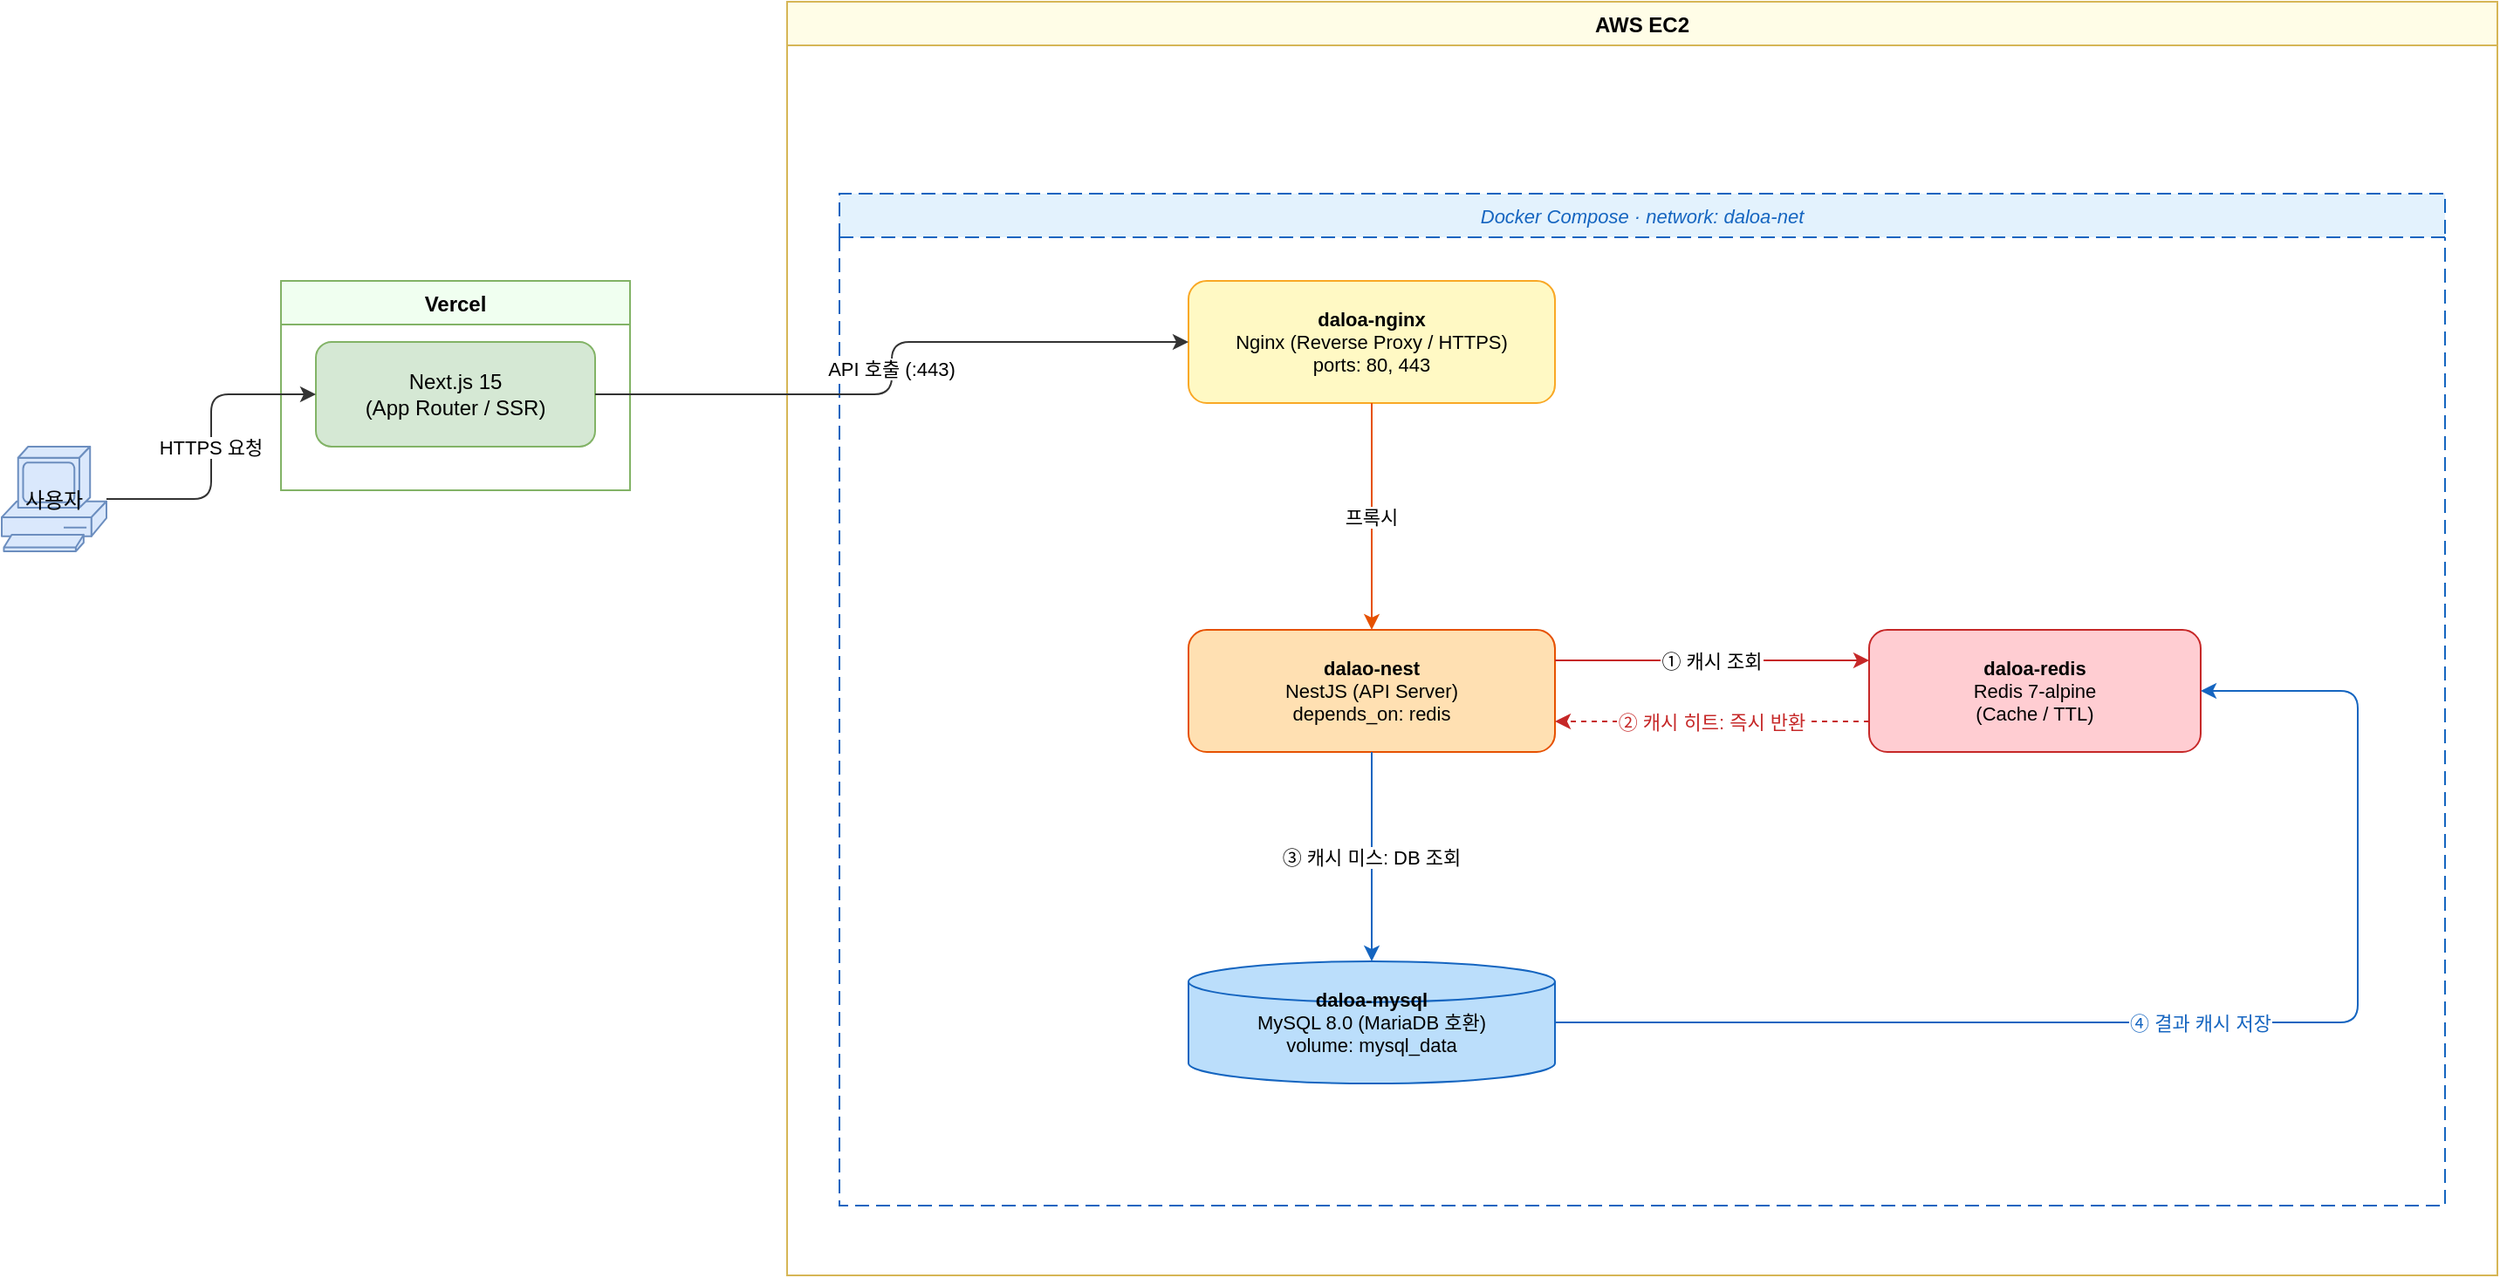
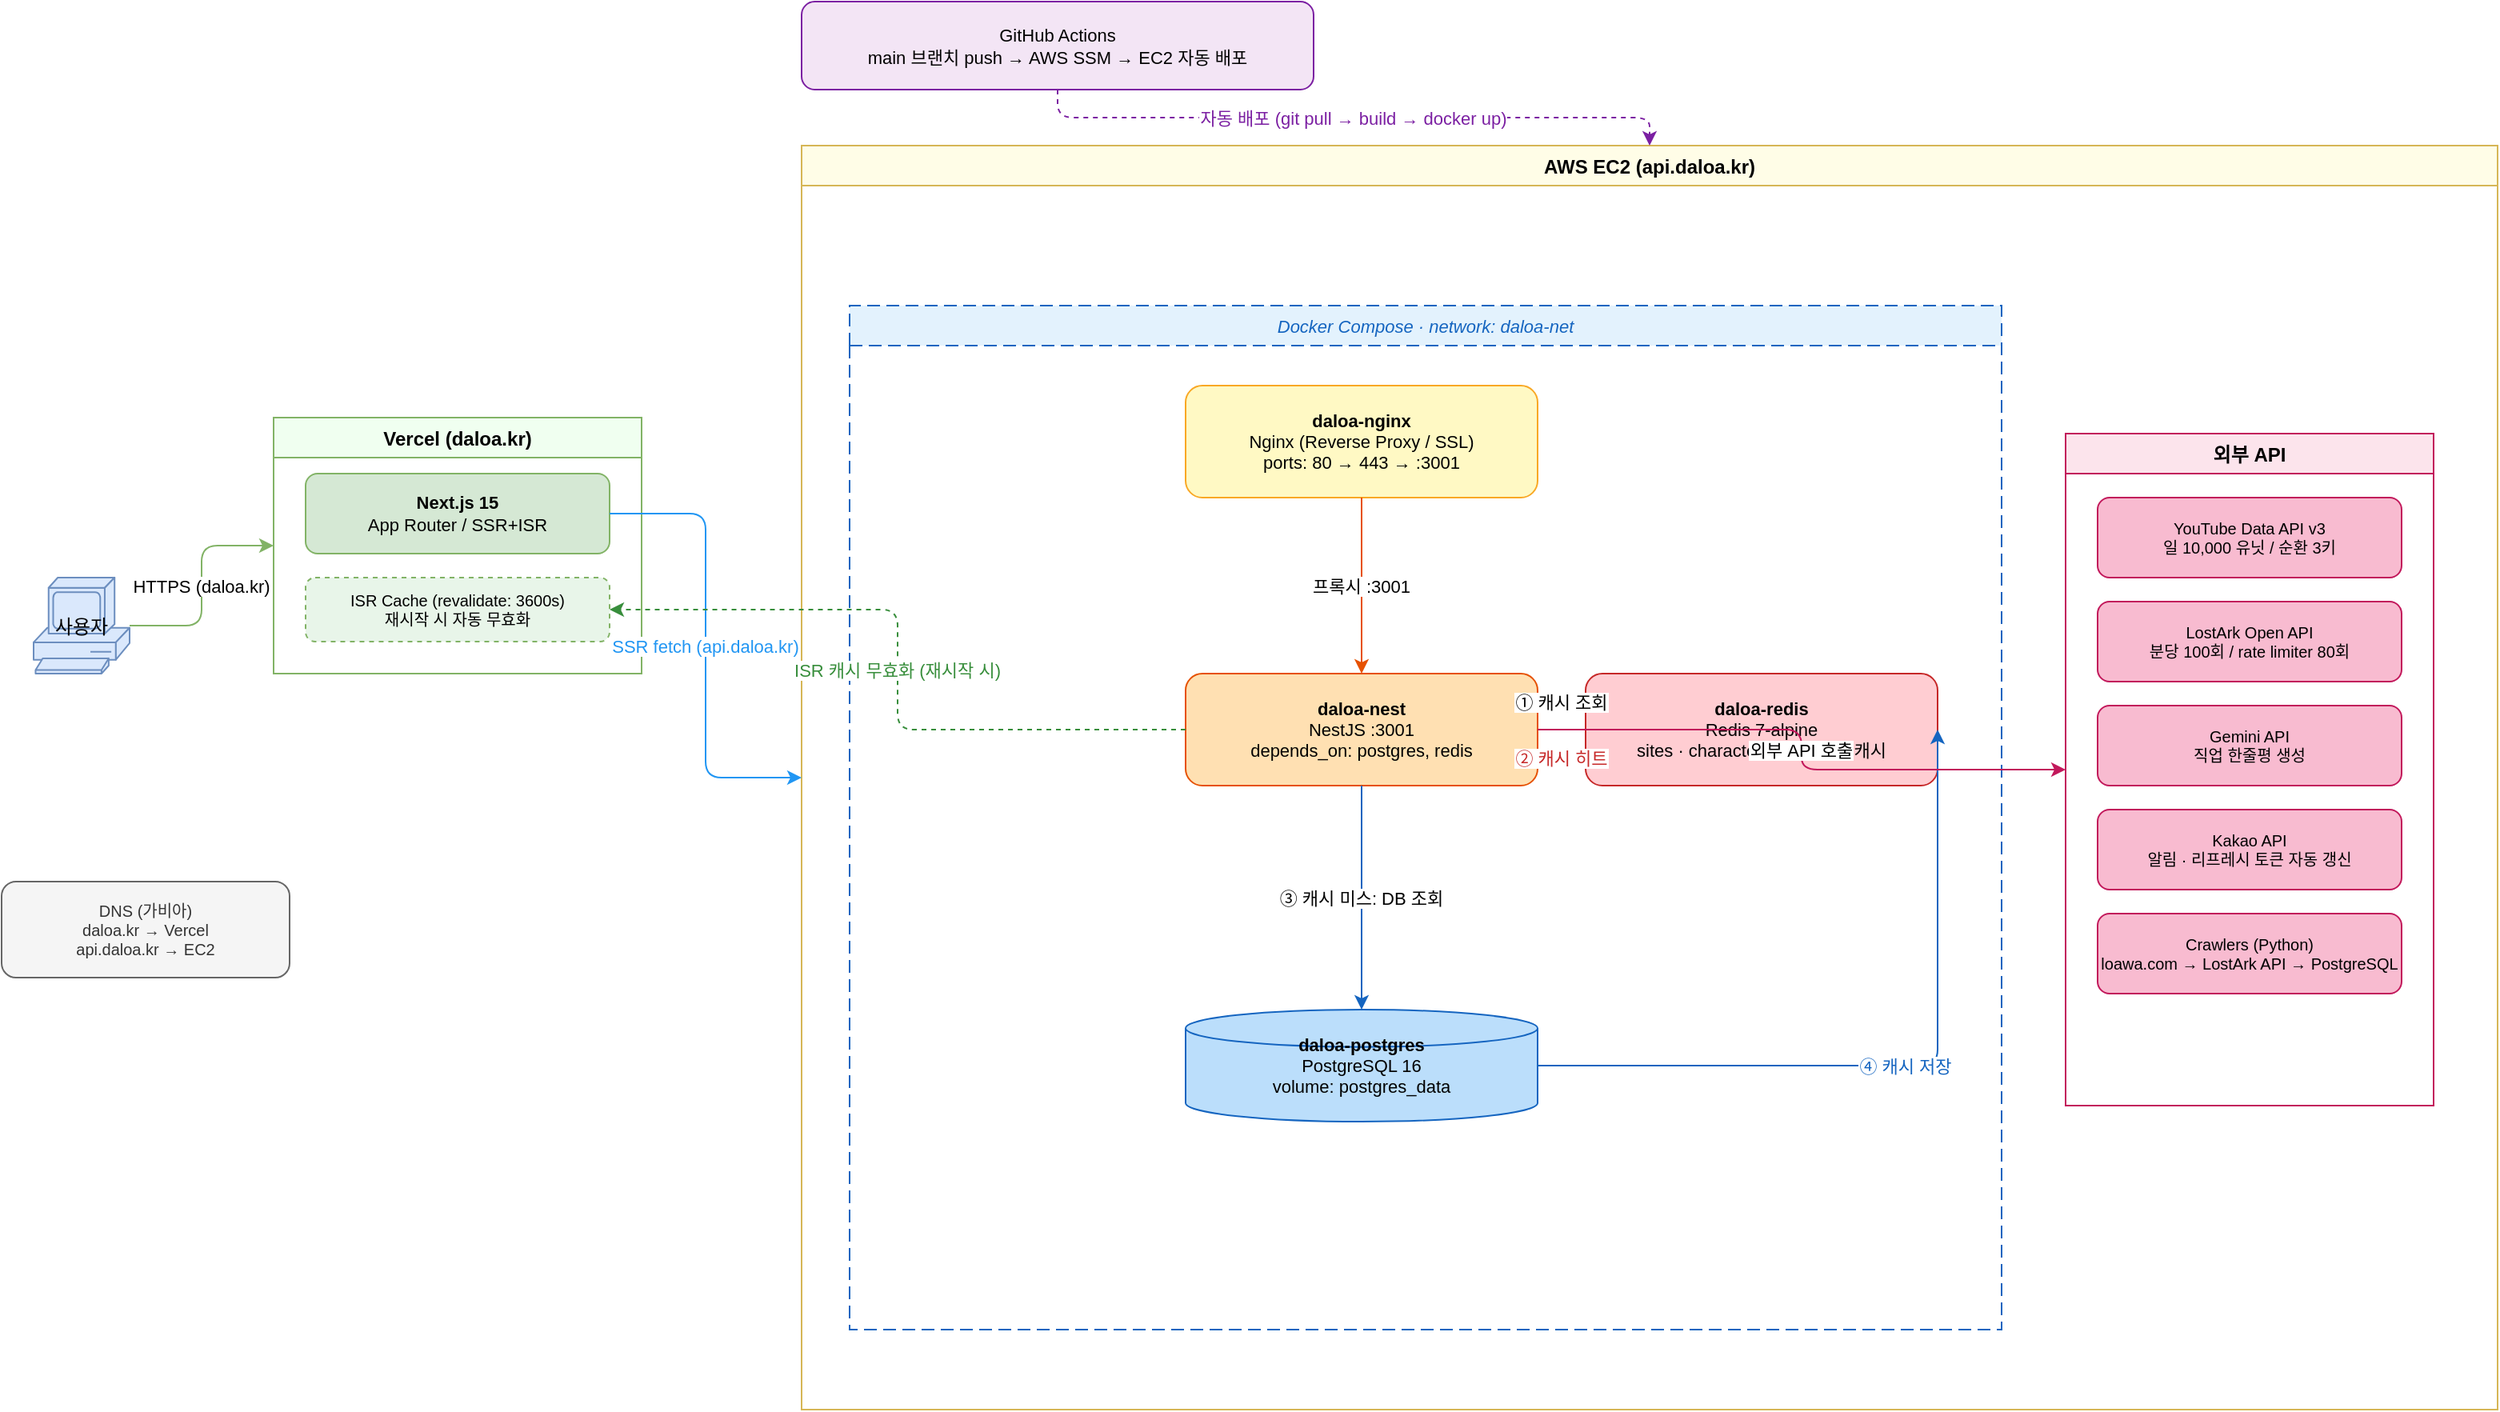
- ﻿<mxfile host="65bd71144e">
+ <mxfile host="65bd71144e">
    <diagram name="Daloa Architecture" id="0">
        <mxGraphModel dx="1422" dy="900" grid="1" gridSize="10" guides="1" tooltips="1" connect="1" arrows="1" fold="1" page="1" pageScale="1" pageWidth="1654" pageHeight="1169" math="0" shadow="0">
            <root>
                <mxCell id="0"/>
                <mxCell id="1" parent="0"/>
+ 
+                 <!-- 사용자 -->
                <mxCell id="2" value="사용자" style="shape=mxgraph.cisco.computers_and_peripherals.pc;fillColor=#dae8fc;strokeColor=#6c8ebf;labelBackgroundColor=none;" parent="1" vertex="1">
-                     <mxGeometry x="60" y="355" width="60" height="60" as="geometry"/>
+                     <mxGeometry x="60" y="390" width="60" height="60" as="geometry"/>
                </mxCell>
-                 <mxCell id="30" value="Vercel" style="swimlane;startSize=25;fillColor=#f0fff0;strokeColor=#82b366;fontStyle=1;fontSize=12;" parent="1" vertex="1">
-                     <mxGeometry x="220" y="260" width="200" height="120" as="geometry"/>
+ 
+                 <!-- DNS -->
+                 <mxCell id="40" value="DNS (가비아)&#xa;daloa.kr → Vercel&#xa;api.daloa.kr → EC2" style="rounded=1;whiteSpace=wrap;html=1;fillColor=#f5f5f5;strokeColor=#666666;fontColor=#333333;fontSize=10;" parent="1" vertex="1">
+                     <mxGeometry x="40" y="580" width="180" height="60" as="geometry"/>
                </mxCell>
-                 <mxCell id="3" value="Next.js 15&#xa;(App Router / SSR)" style="rounded=1;whiteSpace=wrap;fillColor=#d5e8d4;strokeColor=#82b366;" parent="30" vertex="1">
-                     <mxGeometry x="20" y="35" width="160" height="60" as="geometry"/>
+ 
+                 <!-- Vercel -->
+                 <mxCell id="30" value="Vercel (daloa.kr)" style="swimlane;startSize=25;fillColor=#f0fff0;strokeColor=#82b366;fontStyle=1;fontSize=12;" parent="1" vertex="1">
+                     <mxGeometry x="210" y="290" width="230" height="160" as="geometry"/>
                </mxCell>
-                 <mxCell id="11" value="AWS EC2" style="swimlane;startSize=25;fillColor=#fffde7;strokeColor=#d6b656;fontStyle=1;fontSize=12;" parent="1" vertex="1">
-                     <mxGeometry x="510" y="100" width="980" height="730" as="geometry"/>
+                 <mxCell id="3" value="&lt;b&gt;Next.js 15&lt;/b&gt;&#xa;App Router / SSR+ISR" style="rounded=1;whiteSpace=wrap;html=1;fillColor=#d5e8d4;strokeColor=#82b366;fontSize=11;" parent="30" vertex="1">
+                     <mxGeometry x="20" y="35" width="190" height="50" as="geometry"/>
                </mxCell>
+                 <mxCell id="31" value="ISR Cache (revalidate: 3600s)&#xa;재시작 시 자동 무효화" style="rounded=1;whiteSpace=wrap;html=1;fillColor=#e8f5e9;strokeColor=#82b366;fontSize=10;dashed=1;" parent="30" vertex="1">
+                     <mxGeometry x="20" y="100" width="190" height="40" as="geometry"/>
+                 </mxCell>
+ 
+                 <!-- GitHub Actions -->
+                 <mxCell id="50" value="GitHub Actions&#xa;main 브랜치 push → AWS SSM → EC2 자동 배포" style="rounded=1;whiteSpace=wrap;html=1;fillColor=#f3e5f5;strokeColor=#7b1fa2;fontSize=11;" parent="1" vertex="1">
+                     <mxGeometry x="540" y="30" width="320" height="55" as="geometry"/>
+                 </mxCell>
+ 
+                 <!-- AWS EC2 -->
+                 <mxCell id="11" value="AWS EC2 (api.daloa.kr)" style="swimlane;startSize=25;fillColor=#fffde7;strokeColor=#d6b656;fontStyle=1;fontSize=12;" parent="1" vertex="1">
+                     <mxGeometry x="540" y="120" width="1060" height="790" as="geometry"/>
+                 </mxCell>
+ 
+                 <!-- Docker Compose -->
                <mxCell id="13" value="Docker Compose  ·  network: daloa-net" style="swimlane;startSize=25;fillColor=#e3f2fd;strokeColor=#1565c0;dashed=1;dashPattern=8 4;fontStyle=2;fontSize=11;fontColor=#1565c0;" parent="11" vertex="1">
-                     <mxGeometry x="30" y="110" width="920" height="580" as="geometry"/>
+                     <mxGeometry x="30" y="100" width="720" height="640" as="geometry"/>
                </mxCell>
-                 <mxCell id="4" value="&lt;b&gt;daloa-nginx&lt;/b&gt;&#xa;Nginx (Reverse Proxy / HTTPS)&#xa;ports: 80, 443" style="rounded=1;whiteSpace=wrap;html=1;fillColor=#fff9c4;strokeColor=#f9a825;fontSize=11;" parent="13" vertex="1">
-                     <mxGeometry x="200" y="50" width="210" height="70" as="geometry"/>
+ 
+                 <!-- daloa-nginx -->
+                 <mxCell id="4" value="&lt;b&gt;daloa-nginx&lt;/b&gt;&#xa;Nginx (Reverse Proxy / SSL)&#xa;ports: 80 → 443 → :3001" style="rounded=1;whiteSpace=wrap;html=1;fillColor=#fff9c4;strokeColor=#f9a825;fontSize=11;" parent="13" vertex="1">
+                     <mxGeometry x="210" y="50" width="220" height="70" as="geometry"/>
                </mxCell>
-                 <mxCell id="5" value="&lt;b&gt;dalao-nest&lt;/b&gt;&#xa;NestJS (API Server)&#xa;depends_on: redis" style="rounded=1;whiteSpace=wrap;html=1;fillColor=#ffe0b2;strokeColor=#e65100;fontSize=11;" parent="13" vertex="1">
-                     <mxGeometry x="200" y="250" width="210" height="70" as="geometry"/>
+ 
+                 <!-- daloa-nest -->
+                 <mxCell id="5" value="&lt;b&gt;daloa-nest&lt;/b&gt;&#xa;NestJS :3001&#xa;depends_on: postgres, redis" style="rounded=1;whiteSpace=wrap;html=1;fillColor=#ffe0b2;strokeColor=#e65100;fontSize=11;" parent="13" vertex="1">
+                     <mxGeometry x="210" y="230" width="220" height="70" as="geometry"/>
                </mxCell>
-                 <mxCell id="6" value="&lt;b&gt;daloa-redis&lt;/b&gt;&#xa;Redis 7-alpine&#xa;(Cache / TTL)" style="rounded=1;whiteSpace=wrap;html=1;fillColor=#ffcdd2;strokeColor=#c62828;fontSize=11;" parent="13" vertex="1">
-                     <mxGeometry x="590" y="250" width="190" height="70" as="geometry"/>
+ 
+                 <!-- daloa-redis -->
+                 <mxCell id="6" value="&lt;b&gt;daloa-redis&lt;/b&gt;&#xa;Redis 7-alpine&#xa;sites · characters · youtube 캐시" style="rounded=1;whiteSpace=wrap;html=1;fillColor=#ffcdd2;strokeColor=#c62828;fontSize=11;" parent="13" vertex="1">
+                     <mxGeometry x="460" y="230" width="220" height="70" as="geometry"/>
                </mxCell>
-                 <mxCell id="7" value="&lt;b&gt;daloa-mysql&lt;/b&gt;&#xa;MySQL 8.0 (MariaDB 호환)&#xa;volume: mysql_data" style="shape=mxgraph.flowchart.database;whiteSpace=wrap;html=1;fillColor=#bbdefb;strokeColor=#1565c0;fontSize=11;" parent="13" vertex="1">
-                     <mxGeometry x="200" y="440" width="210" height="70" as="geometry"/>
+ 
+                 <!-- daloa-postgres -->
+                 <mxCell id="7" value="&lt;b&gt;daloa-postgres&lt;/b&gt;&#xa;PostgreSQL 16&#xa;volume: postgres_data" style="shape=mxgraph.flowchart.database;whiteSpace=wrap;html=1;fillColor=#bbdefb;strokeColor=#1565c0;fontSize=11;" parent="13" vertex="1">
+                     <mxGeometry x="210" y="440" width="220" height="70" as="geometry"/>
                </mxCell>
-                 <mxCell id="20" value="HTTPS 요청" style="edgeStyle=orthogonalEdgeStyle;strokeColor=#333333;" parent="1" source="2" target="3" edge="1">
+ 
+                 <!-- External APIs -->
+                 <mxCell id="60" value="외부 API" style="swimlane;startSize=25;fillColor=#fce4ec;strokeColor=#c2185b;fontStyle=1;fontSize=12;" parent="11" vertex="1">
+                     <mxGeometry x="790" y="180" width="230" height="420" as="geometry"/>
+                 </mxCell>
+                 <mxCell id="61" value="YouTube Data API v3&#xa;일 10,000 유닛 / 순환 3키" style="rounded=1;whiteSpace=wrap;html=1;fillColor=#f8bbd0;strokeColor=#c2185b;fontSize=10;" parent="60" vertex="1">
+                     <mxGeometry x="20" y="40" width="190" height="50" as="geometry"/>
+                 </mxCell>
+                 <mxCell id="62" value="LostArk Open API&#xa;분당 100회 / rate limiter 80회" style="rounded=1;whiteSpace=wrap;html=1;fillColor=#f8bbd0;strokeColor=#c2185b;fontSize=10;" parent="60" vertex="1">
+                     <mxGeometry x="20" y="105" width="190" height="50" as="geometry"/>
+                 </mxCell>
+                 <mxCell id="63" value="Gemini API&#xa;직업 한줄평 생성" style="rounded=1;whiteSpace=wrap;html=1;fillColor=#f8bbd0;strokeColor=#c2185b;fontSize=10;" parent="60" vertex="1">
+                     <mxGeometry x="20" y="170" width="190" height="50" as="geometry"/>
+                 </mxCell>
+                 <mxCell id="64" value="Kakao API&#xa;알림 · 리프레시 토큰 자동 갱신" style="rounded=1;whiteSpace=wrap;html=1;fillColor=#f8bbd0;strokeColor=#c2185b;fontSize=10;" parent="60" vertex="1">
+                     <mxGeometry x="20" y="235" width="190" height="50" as="geometry"/>
+                 </mxCell>
+                 <mxCell id="65" value="Crawlers (Python)&#xa;loawa.com → LostArk API → PostgreSQL" style="rounded=1;whiteSpace=wrap;html=1;fillColor=#f8bbd0;strokeColor=#c2185b;fontSize=10;" parent="60" vertex="1">
+                     <mxGeometry x="20" y="300" width="190" height="50" as="geometry"/>
+                 </mxCell>
+ 
+                 <!-- Edges: 사용자 → Vercel -->
+                 <mxCell id="20" value="HTTPS (daloa.kr)" style="edgeStyle=orthogonalEdgeStyle;strokeColor=#82b366;" parent="1" source="2" target="30" edge="1">
                    <mxGeometry relative="1" as="geometry"/>
                </mxCell>
-                 <mxCell id="22" value="API 호출 (:443)" style="edgeStyle=orthogonalEdgeStyle;strokeColor=#333333;" parent="1" source="3" target="4" edge="1">
+ 
+                 <!-- 사용자 → EC2 Nginx (api.daloa.kr 직접 호출 없음, SSR이 대신함) -->
+ 
+                 <!-- Next.js → EC2 (SSR fetch) -->
+                 <mxCell id="22" value="SSR fetch (api.daloa.kr)" style="edgeStyle=orthogonalEdgeStyle;strokeColor=#2196f3;fontColor=#2196f3;" parent="1" source="3" target="11" edge="1">
                    <mxGeometry relative="1" as="geometry"/>
                </mxCell>
-                 <mxCell id="23" value="프록시" style="edgeStyle=orthogonalEdgeStyle;strokeColor=#e65100;" parent="13" source="4" target="5" edge="1">
+ 
+                 <!-- Nginx → NestJS -->
+                 <mxCell id="23" value="프록시 :3001" style="edgeStyle=orthogonalEdgeStyle;strokeColor=#e65100;" parent="13" source="4" target="5" edge="1">
                    <mxGeometry relative="1" as="geometry"/>
                </mxCell>
+ 
+                 <!-- NestJS → Redis 캐시 조회 -->
                <mxCell id="24" value="① 캐시 조회" style="edgeStyle=orthogonalEdgeStyle;exitX=1;exitY=0.25;exitDx=0;exitDy=0;entryX=0;entryY=0.25;entryDx=0;entryDy=0;strokeColor=#c62828;labelBackgroundColor=#ffffff;" parent="13" source="5" target="6" edge="1">
                    <mxGeometry relative="1" as="geometry"/>
                </mxCell>
-                 <mxCell id="26" value="② 캐시 히트: 즉시 반환" style="edgeStyle=orthogonalEdgeStyle;exitX=0;exitY=0.75;exitDx=0;exitDy=0;entryX=1;entryY=0.75;entryDx=0;entryDy=0;dashed=1;strokeColor=#c62828;fontColor=#c62828;labelBackgroundColor=#ffffff;" parent="13" source="6" target="5" edge="1">
+ 
+                 <!-- Redis → NestJS 캐시 히트 -->
+                 <mxCell id="26" value="② 캐시 히트" style="edgeStyle=orthogonalEdgeStyle;exitX=0;exitY=0.75;exitDx=0;exitDy=0;entryX=1;entryY=0.75;entryDx=0;entryDy=0;dashed=1;strokeColor=#c62828;fontColor=#c62828;labelBackgroundColor=#ffffff;" parent="13" source="6" target="5" edge="1">
                    <mxGeometry relative="1" as="geometry"/>
                </mxCell>
+ 
+                 <!-- NestJS → PostgreSQL 캐시 미스 -->
                <mxCell id="25" value="③ 캐시 미스: DB 조회" style="edgeStyle=orthogonalEdgeStyle;strokeColor=#1565c0;labelBackgroundColor=#ffffff;" parent="13" source="5" target="7" edge="1">
                    <mxGeometry relative="1" as="geometry"/>
                </mxCell>
-                 <mxCell id="27" value="④ 결과 캐시 저장" style="edgeStyle=orthogonalEdgeStyle;exitX=1;exitY=0.5;exitDx=0;exitDy=0;entryX=1;entryY=0.5;entryDx=0;entryDy=0;strokeColor=#1565c0;fontColor=#1565c0;labelBackgroundColor=#ffffff;" parent="13" source="7" target="6" edge="1">
+ 
+                 <!-- PostgreSQL → Redis 캐시 저장 -->
+                 <mxCell id="27" value="④ 캐시 저장" style="edgeStyle=orthogonalEdgeStyle;exitX=1;exitY=0.5;exitDx=0;exitDy=0;entryX=1;entryY=0.5;entryDx=0;entryDy=0;strokeColor=#1565c0;fontColor=#1565c0;labelBackgroundColor=#ffffff;" parent="13" source="7" target="6" edge="1">
                    <mxGeometry relative="1" as="geometry">
                        <Array as="points">
-                             <mxPoint x="870" y="475"/>
-                             <mxPoint x="870" y="285"/>
+                             <mxPoint x="680" y="475"/>
+                             <mxPoint x="680" y="265"/>
                        </Array>
                    </mxGeometry>
+                 </mxCell>
+ 
+                 <!-- NestJS → External APIs -->
+                 <mxCell id="66" value="외부 API 호출" style="edgeStyle=orthogonalEdgeStyle;strokeColor=#c2185b;exitX=1;exitY=0.5;exitDx=0;exitDy=0;" parent="13" source="5" target="60" edge="1">
+                     <mxGeometry relative="1" as="geometry"/>
+                 </mxCell>
+ 
+                 <!-- GitHub Actions → EC2 자동 배포 -->
+                 <mxCell id="51" value="자동 배포 (git pull → build → docker up)" style="edgeStyle=orthogonalEdgeStyle;strokeColor=#7b1fa2;dashed=1;fontColor=#7b1fa2;" parent="1" source="50" target="11" edge="1">
+                     <mxGeometry relative="1" as="geometry"/>
+                 </mxCell>
+ 
+                 <!-- NestJS → Vercel ISR 무효화 (재시작 시) -->
+                 <mxCell id="70" value="ISR 캐시 무효화 (재시작 시)" style="edgeStyle=orthogonalEdgeStyle;strokeColor=#388e3c;dashed=1;fontColor=#388e3c;labelBackgroundColor=#ffffff;exitX=0;exitY=0.5;exitDx=0;exitDy=0;entryX=1;entryY=0.5;entryDx=0;entryDy=0;" parent="1" source="5" target="31" edge="1">
+                     <mxGeometry relative="1" as="geometry"/>
                </mxCell>
            </root>
        </mxGraphModel>
    </diagram>
- </mxfile>+ </mxfile>
